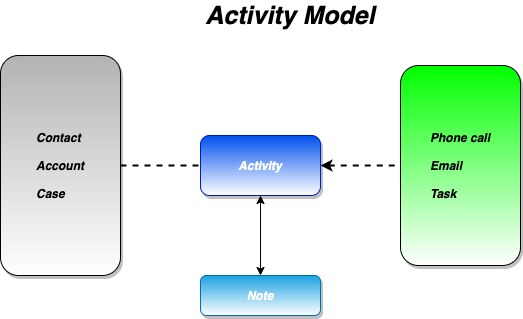
The draw.io diagram resources/images/activity-model.png in hanyg/gitdemo, before a commit. Source tidied: cells renumbered, new cells last; positions are measured from the earlier drawing's top-left corner, leaving out a move shared by most shapes. Source of this version:
```xml
<mxGraphModel>
  <root>
    <mxCell id="0" />
    <mxCell id="1" parent="0" />
    <mxCell id="2" style="edgeStyle=orthogonalEdgeStyle;rounded=0;jettySize=auto;html=1;entryX=0;entryY=0.5;entryDx=0;entryDy=0;endArrow=none;endFill=0;dashed=1;strokeWidth=2;" parent="1" edge="1" source="3" target="6">
      <mxGeometry relative="1" as="geometry" />
    </mxCell>
    <mxCell id="3" value="&lt;div style=&quot;text-align: left&quot;&gt;&lt;span&gt;&lt;i&gt;&lt;b&gt;Contact&lt;/b&gt;&lt;/i&gt;&lt;/span&gt;&lt;/div&gt;&lt;div style=&quot;text-align: left&quot;&gt;&lt;i&gt;&lt;b&gt;&lt;br&gt;&lt;/b&gt;&lt;/i&gt;&lt;/div&gt;&lt;div style=&quot;text-align: left&quot;&gt;&lt;span&gt;&lt;i&gt;&lt;b&gt;Account&lt;/b&gt;&lt;/i&gt;&lt;/span&gt;&lt;/div&gt;&lt;div style=&quot;text-align: left&quot;&gt;&lt;br&gt;&lt;/div&gt;&lt;div style=&quot;text-align: left&quot;&gt;&lt;span&gt;&lt;i&gt;&lt;b&gt;Case&lt;/b&gt;&lt;/i&gt;&lt;/span&gt;&lt;/div&gt;" style="rounded=1;whiteSpace=wrap;html=1;fillColor=#B3B3B3;gradientColor=#ffffff;shadow=1;" parent="1" vertex="1">
      <mxGeometry y="50" width="120" height="220" as="geometry" />
    </mxCell>
    <mxCell id="4" style="edgeStyle=orthogonalEdgeStyle;rounded=0;jettySize=auto;html=1;startArrow=classic;startFill=1;" parent="1" edge="1" source="6" target="7">
      <mxGeometry relative="1" as="geometry" />
    </mxCell>
    <mxCell id="5" style="edgeStyle=orthogonalEdgeStyle;rounded=0;jettySize=auto;html=1;dashed=1;startArrow=classic;startFill=1;endArrow=none;endFill=0;strokeWidth=2;" parent="1" edge="1" source="6" target="8">
      <mxGeometry relative="1" as="geometry" />
    </mxCell>
    <mxCell id="6" value="&lt;b&gt;&lt;i&gt;Activity&lt;/i&gt;&lt;/b&gt;" style="rounded=1;whiteSpace=wrap;html=1;shadow=1;fillColor=#0050ef;strokeColor=#001DBC;fontColor=#ffffff;gradientColor=#ffffff;" parent="1" vertex="1">
      <mxGeometry x="200" y="130" width="120" height="60" as="geometry" />
    </mxCell>
    <mxCell id="7" value="&lt;b&gt;&lt;i&gt;Note&lt;/i&gt;&lt;/b&gt;" style="rounded=1;whiteSpace=wrap;html=1;shadow=1;fillColor=#1ba1e2;strokeColor=#006EAF;fontColor=#ffffff;gradientColor=#ffffff;" parent="1" vertex="1">
      <mxGeometry x="200" y="270" width="120" height="40" as="geometry" />
    </mxCell>
    <mxCell id="8" value="&lt;div style=&quot;text-align: left&quot;&gt;&lt;b&gt;&lt;i&gt;Phone call&lt;/i&gt;&lt;/b&gt;&lt;/div&gt;&lt;div style=&quot;text-align: left&quot;&gt;&lt;b&gt;&lt;i&gt;&lt;br&gt;&lt;/i&gt;&lt;/b&gt;&lt;/div&gt;&lt;i style=&quot;font-weight: bold&quot;&gt;&lt;div style=&quot;text-align: left&quot;&gt;&lt;i&gt;Email&lt;/i&gt;&lt;/div&gt;&lt;br&gt;&lt;div style=&quot;text-align: left&quot;&gt;&lt;i&gt;Task&lt;/i&gt;&lt;/div&gt;&lt;/i&gt;" style="rounded=1;whiteSpace=wrap;html=1;fillColor=#00FF00;gradientColor=#ffffff;shadow=1;" parent="1" vertex="1">
      <mxGeometry x="400" y="60" width="120" height="200" as="geometry" />
    </mxCell>
    <mxCell id="9" value="&lt;font style=&quot;font-size: 25px&quot;&gt;&lt;b&gt;&lt;i&gt;Activity Model&lt;/i&gt;&lt;/b&gt;&lt;/font&gt;" style="text;html=1;strokeColor=none;fillColor=none;align=center;verticalAlign=middle;whiteSpace=wrap;rounded=0;" parent="1" vertex="1">
      <mxGeometry x="140" width="300" height="20" as="geometry" />
    </mxCell>
  </root>
</mxGraphModel>
```
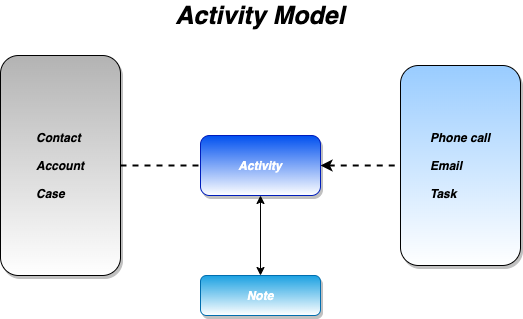
The same file after the commit.

The edit, as a diff of the source:
```diff
@@ -20,11 +20,11 @@
     <mxCell id="7" value="&lt;b&gt;&lt;i&gt;Note&lt;/i&gt;&lt;/b&gt;" style="rounded=1;whiteSpace=wrap;html=1;shadow=1;fillColor=#1ba1e2;strokeColor=#006EAF;fontColor=#ffffff;gradientColor=#ffffff;" parent="1" vertex="1">
       <mxGeometry x="200" y="270" width="120" height="40" as="geometry" />
     </mxCell>
-    <mxCell id="8" value="&lt;div style=&quot;text-align: left&quot;&gt;&lt;b&gt;&lt;i&gt;Phone call&lt;/i&gt;&lt;/b&gt;&lt;/div&gt;&lt;div style=&quot;text-align: left&quot;&gt;&lt;b&gt;&lt;i&gt;&lt;br&gt;&lt;/i&gt;&lt;/b&gt;&lt;/div&gt;&lt;i style=&quot;font-weight: bold&quot;&gt;&lt;div style=&quot;text-align: left&quot;&gt;&lt;i&gt;Email&lt;/i&gt;&lt;/div&gt;&lt;br&gt;&lt;div style=&quot;text-align: left&quot;&gt;&lt;i&gt;Task&lt;/i&gt;&lt;/div&gt;&lt;/i&gt;" style="rounded=1;whiteSpace=wrap;html=1;fillColor=#00FF00;gradientColor=#ffffff;shadow=1;" parent="1" vertex="1">
+    <mxCell id="8" value="&lt;div style=&quot;text-align: left&quot;&gt;&lt;b&gt;&lt;i&gt;Phone call&lt;/i&gt;&lt;/b&gt;&lt;/div&gt;&lt;div style=&quot;text-align: left&quot;&gt;&lt;b&gt;&lt;i&gt;&lt;br&gt;&lt;/i&gt;&lt;/b&gt;&lt;/div&gt;&lt;i style=&quot;font-weight: bold&quot;&gt;&lt;div style=&quot;text-align: left&quot;&gt;&lt;i&gt;Email&lt;/i&gt;&lt;/div&gt;&lt;br&gt;&lt;div style=&quot;text-align: left&quot;&gt;&lt;i&gt;Task&lt;/i&gt;&lt;/div&gt;&lt;/i&gt;" style="rounded=1;whiteSpace=wrap;html=1;gradientColor=#ffffff;shadow=1;fillColor=#99CCFF;" parent="1" vertex="1">
       <mxGeometry x="400" y="60" width="120" height="200" as="geometry" />
     </mxCell>
     <mxCell id="9" value="&lt;font style=&quot;font-size: 25px&quot;&gt;&lt;b&gt;&lt;i&gt;Activity Model&lt;/i&gt;&lt;/b&gt;&lt;/font&gt;" style="text;html=1;strokeColor=none;fillColor=none;align=center;verticalAlign=middle;whiteSpace=wrap;rounded=0;" parent="1" vertex="1">
-      <mxGeometry x="140" width="300" height="20" as="geometry" />
+      <mxGeometry x="110" width="300" height="20" as="geometry" />
     </mxCell>
   </root>
 </mxGraphModel>
```
